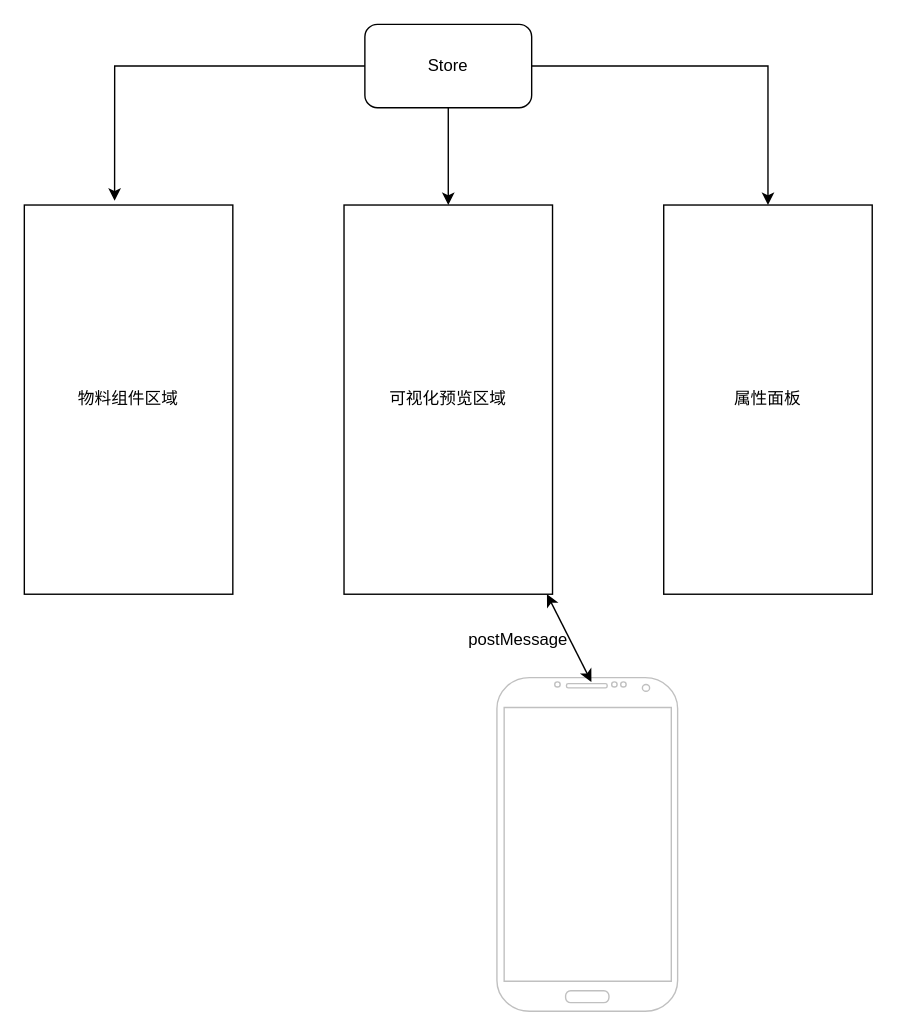
yuxinyu12345/diagrams keeps this draw.io diagram as 平台设计图.drawio. Above is the earlier version. Source tidied: cells renumbered, new cells numbered last; positions are measured from the earlier drawing's top-left corner, leaving out a move shared by most shapes. Both pictures are drawn from the tidied source at 139%, with x=0, y=0 at pixel (24, 24).
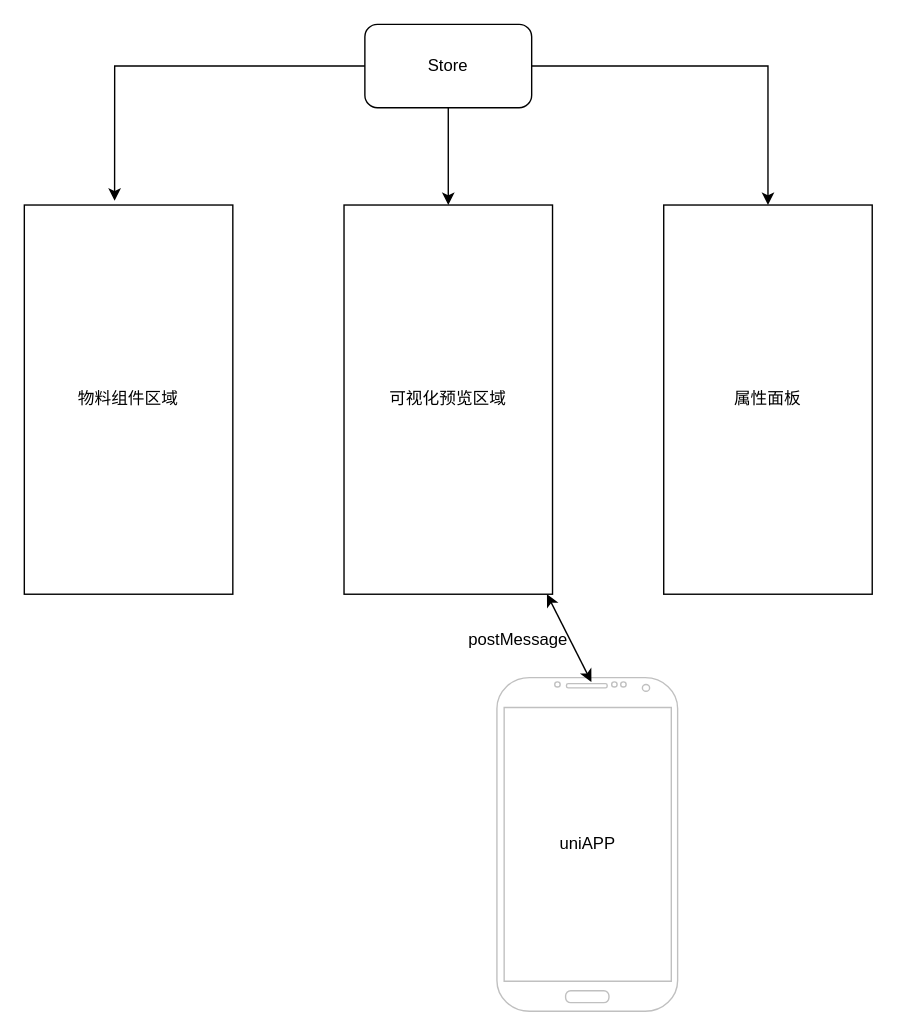
After the change.

Commit message (it also covers changes not shown here):
更新平台设计图.drawio

Change to the diagram source:
```diff
@@
 <mxGraphModel>
   <root>
     <mxCell id="0" />
     <mxCell id="1" parent="0" />
     <mxCell id="2" value="物料组件区域" style="rounded=0;whiteSpace=wrap;html=1;" parent="1" vertex="1">
       <mxGeometry y="130" width="150" height="280" as="geometry" />
     </mxCell>
     <mxCell id="3" value="可视化预览区域" style="rounded=0;whiteSpace=wrap;html=1;" parent="1" vertex="1">
       <mxGeometry x="230" y="130" width="150" height="280" as="geometry" />
     </mxCell>
     <mxCell id="4" value="属性面板" style="rounded=0;whiteSpace=wrap;html=1;" parent="1" vertex="1">
       <mxGeometry x="460" y="130" width="150" height="280" as="geometry" />
     </mxCell>
     <mxCell id="5" style="verticalLabelPosition=bottom;verticalAlign=top;html=1;shadow=0;dashed=0;strokeWidth=1;shape=mxgraph.android.phone2;strokeColor=#c0c0c0;" parent="1" vertex="1">
       <mxGeometry x="340" y="470" width="130" height="240" as="geometry" />
     </mxCell>
     <mxCell id="6" style="endArrow=classic;startArrow=classic;html=1;rounded=0;exitX=0.523;exitY=0.013;exitDx=0;exitDy=0;exitPerimeter=0;" parent="1" edge="1" source="5" target="3">
       <mxGeometry relative="1" as="geometry" />
     </mxCell>
     <mxCell id="7" value="postMessage" style="text;html=1;align=center;verticalAlign=middle;strokeColor=none;fillColor=none;" parent="1" vertex="1">
       <mxGeometry x="310" y="428" width="90" height="30" as="geometry" />
     </mxCell>
     <mxCell id="8" style="edgeStyle=orthogonalEdgeStyle;rounded=0;jettySize=auto;html=1;exitX=1;exitY=0.5;exitDx=0;exitDy=0;entryX=0.5;entryY=0;entryDx=0;entryDy=0;" parent="1" edge="1" source="10" target="4">
       <mxGeometry relative="1" as="geometry" />
     </mxCell>
     <mxCell id="9" style="edgeStyle=orthogonalEdgeStyle;rounded=0;jettySize=auto;html=1;exitX=0.5;exitY=1;exitDx=0;exitDy=0;" parent="1" edge="1" source="10" target="3">
       <mxGeometry relative="1" as="geometry" />
     </mxCell>
     <mxCell id="10" value="Store" style="rounded=1;whiteSpace=wrap;html=1;" parent="1" vertex="1">
       <mxGeometry x="245" width="120" height="60" as="geometry" />
     </mxCell>
     <mxCell id="11" style="edgeStyle=orthogonalEdgeStyle;rounded=0;jettySize=auto;html=1;exitX=0;exitY=0.5;exitDx=0;exitDy=0;entryX=0.433;entryY=-0.011;entryDx=0;entryDy=0;entryPerimeter=0;" parent="1" edge="1" source="10" target="2">
       <mxGeometry relative="1" as="geometry" />
     </mxCell>
+    <mxCell id="12" value="uniAPP" style="text;html=1;align=center;verticalAlign=middle;strokeColor=none;fillColor=none;" parent="1" vertex="1">
+      <mxGeometry x="375" y="575" width="60" height="30" as="geometry" />
+    </mxCell>
   </root>
 </mxGraphModel>
```
